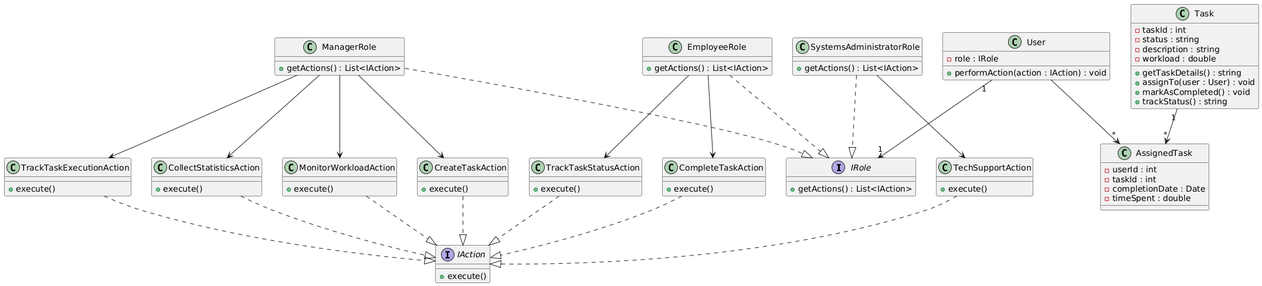
Earlier version of the PlantUML export .images/class-diagram.png (penamarth/bsbo-16-23_team3_var5_timemanagement). Source of this version:
```plantuml
@startuml
interface IRole {
+getActions() : List<IAction>
}

class ManagerRole {
+getActions() : List<IAction>
}
class EmployeeRole {
+getActions() : List<IAction>
}
class SystemsAdministratorRole {
+getActions() : List<IAction>
}

ManagerRole ..|> IRole
EmployeeRole ..|> IRole
SystemsAdministratorRole ..|> IRole

interface IAction {
+execute()
}

class CreateTaskAction {
+execute()
}
class TrackTaskExecutionAction {
+execute()
}
class CollectStatisticsAction {
+execute()
}
class TechSupportAction {
+execute()
}
class MonitorWorkloadAction {
+execute()
}
class TrackTaskStatusAction {
+execute()
}
class CompleteTaskAction {
+execute()
}

CreateTaskAction ..|> IAction
TrackTaskExecutionAction ..|> IAction
CollectStatisticsAction ..|> IAction
TechSupportAction ..|> IAction
MonitorWorkloadAction ..|> IAction
TrackTaskStatusAction ..|> IAction
CompleteTaskAction ..|> IAction

class User {
-role : IRole
+performAction(action : IAction) : void
}

class Task {
-taskId : int
-status : string
-description : string
-workload : double
+getTaskDetails() : string
+assignTo(user : User) : void
+markAsCompleted() : void
+trackStatus() : string
}

class AssignedTask {
-userId : int
-taskId : int
-completionDate : Date
-timeSpent : double
}

User "1" --> "1" IRole
User --> "*" AssignedTask

Task "1" --> "*" AssignedTask

ManagerRole --> CreateTaskAction
ManagerRole --> TrackTaskExecutionAction
ManagerRole --> CollectStatisticsAction
ManagerRole --> MonitorWorkloadAction

EmployeeRole --> TrackTaskStatusAction
EmployeeRole --> CompleteTaskAction

SystemsAdministratorRole --> TechSupportAction
@enduml
```
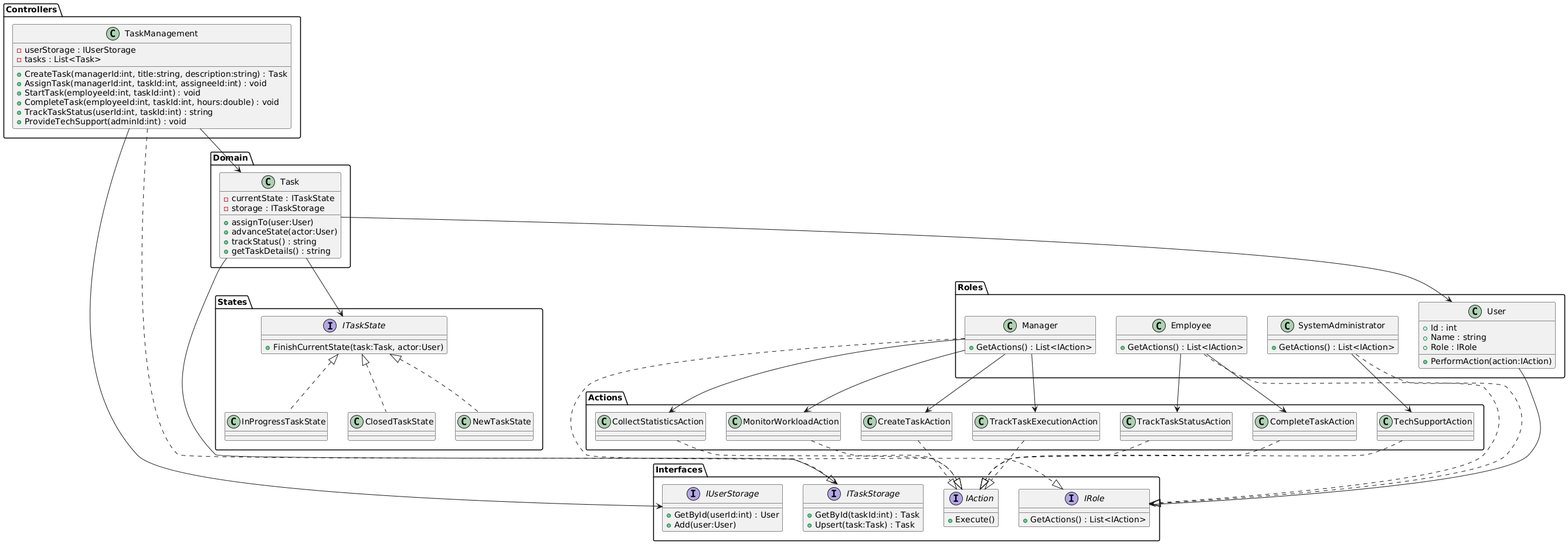
The same file after the commit.

Diff of the diagram source:
```diff
@@ -1,91 +1,113 @@
 @startuml
-interface IRole {
-+getActions() : List<IAction>
+package Interfaces {
+    interface IRole {
+        +GetActions() : List<IAction>
+    }
+    interface IAction {
+        +Execute()
+    }
+    interface IUserStorage {
+        +GetById(userId:int) : User
+        +Add(user:User)
+    }
+    interface ITaskStorage {
+        +GetById(taskId:int) : Task
+        +Upsert(task:Task) : Task
+    }
 }
 
-class ManagerRole {
-+getActions() : List<IAction>
-}
-class EmployeeRole {
-+getActions() : List<IAction>
-}
-class SystemsAdministratorRole {
-+getActions() : List<IAction>
+package Roles {
+    class Manager {
+        +GetActions() : List<IAction>
+    }
+    class Employee {
+        +GetActions() : List<IAction>
+    }
+    class SystemAdministrator {
+        +GetActions() : List<IAction>
+    }
+    class User {
+        +Id : int
+        +Name : string
+        +Role : IRole
+        +PerformAction(action:IAction)
+    }
+
+    Manager ..|> IRole
+    Employee ..|> IRole
+    SystemAdministrator ..|> IRole
 }
 
-ManagerRole ..|> IRole
-EmployeeRole ..|> IRole
-SystemsAdministratorRole ..|> IRole
+package Actions {
+    class CreateTaskAction
+    class TrackTaskExecutionAction
+    class CollectStatisticsAction
+    class MonitorWorkloadAction
+    class TrackTaskStatusAction
+    class CompleteTaskAction
+    class TechSupportAction
 
-interface IAction {
-+execute()
+    CreateTaskAction ..|> IAction
+    TrackTaskExecutionAction ..|> IAction
+    CollectStatisticsAction ..|> IAction
+    MonitorWorkloadAction ..|> IAction
+    TrackTaskStatusAction ..|> IAction
+    CompleteTaskAction ..|> IAction
+    TechSupportAction ..|> IAction
 }
 
-class CreateTaskAction {
-+execute()
-}
-class TrackTaskExecutionAction {
-+execute()
-}
-class CollectStatisticsAction {
-+execute()
-}
-class TechSupportAction {
-+execute()
-}
-class MonitorWorkloadAction {
-+execute()
-}
-class TrackTaskStatusAction {
-+execute()
-}
-class CompleteTaskAction {
-+execute()
+package Domain {
+    class Task {
+        -currentState : ITaskState
+        -storage : ITaskStorage
+        +assignTo(user:User)
+        +advanceState(actor:User)
+        +trackStatus() : string
+        +getTaskDetails() : string
+    }
 }
 
-CreateTaskAction ..|> IAction
-TrackTaskExecutionAction ..|> IAction
-CollectStatisticsAction ..|> IAction
-TechSupportAction ..|> IAction
-MonitorWorkloadAction ..|> IAction
-TrackTaskStatusAction ..|> IAction
-CompleteTaskAction ..|> IAction
+package States {
+    interface ITaskState {
+        +FinishCurrentState(task:Task, actor:User)
+    }
+    class NewTaskState
+    class InProgressTaskState
+    class ClosedTaskState
 
-class User {
--role : IRole
-+performAction(action : IAction) : void
+    ITaskState <|.. NewTaskState
+    ITaskState <|.. InProgressTaskState
+    ITaskState <|.. ClosedTaskState
 }
 
-class Task {
--taskId : int
--status : string
--description : string
--workload : double
-+getTaskDetails() : string
-+assignTo(user : User) : void
-+markAsCompleted() : void
-+trackStatus() : string
+package Controllers {
+    class TaskManagement {
+        -userStorage : IUserStorage
+        -tasks : List<Task>
+        +CreateTask(managerId:int, title:string, description:string) : Task
+        +AssignTask(managerId:int, taskId:int, assigneeId:int) : void
+        +StartTask(employeeId:int, taskId:int) : void
+        +CompleteTask(employeeId:int, taskId:int, hours:double) : void
+        +TrackTaskStatus(userId:int, taskId:int) : string
+        +ProvideTechSupport(adminId:int) : void
+    }
 }
 
-class AssignedTask {
--userId : int
--taskId : int
--completionDate : Date
--timeSpent : double
-}
+TaskManagement ..|> ITaskStorage
+TaskManagement --> IUserStorage
+TaskManagement --> Task
+Task --> User
+Task --> ITaskState
+Task --> ITaskStorage
+User --> IRole
 
-User "1" --> "1" IRole
-User --> "*" AssignedTask
+Manager --> CreateTaskAction
+Manager --> TrackTaskExecutionAction
+Manager --> CollectStatisticsAction
+Manager --> MonitorWorkloadAction
 
-Task "1" --> "*" AssignedTask
+Employee --> TrackTaskStatusAction
+Employee --> CompleteTaskAction
 
-ManagerRole --> CreateTaskAction
-ManagerRole --> TrackTaskExecutionAction
-ManagerRole --> CollectStatisticsAction
-ManagerRole --> MonitorWorkloadAction
-
-EmployeeRole --> TrackTaskStatusAction
-EmployeeRole --> CompleteTaskAction
-
-SystemsAdministratorRole --> TechSupportAction
+SystemAdministrator --> TechSupportAction
 @enduml
```
